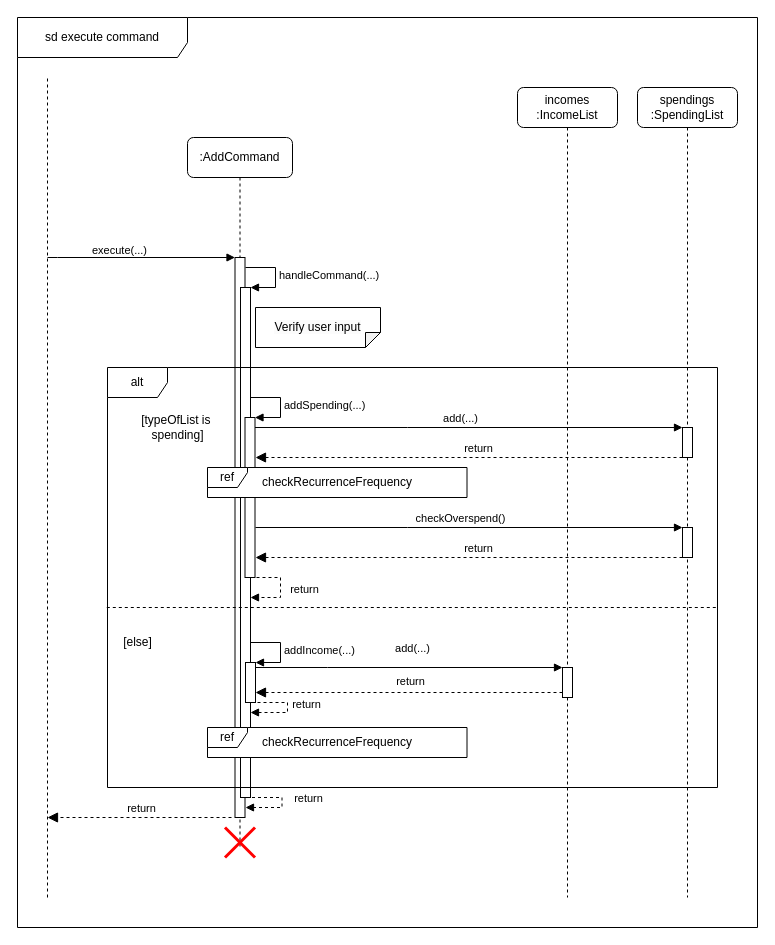
Earlier version of the draw.io diagram docs/Diagrams/Commands/addCommandSequence.drawio (wongwh2002/CS2113TeamProject). Source tidied: cells renumbered, new cells numbered last; positions are measured from the earlier drawing's top-left corner, leaving out a move shared by most shapes. Both pictures are drawn from the tidied source at 100%, with x=0, y=0 at pixel (17, 17).
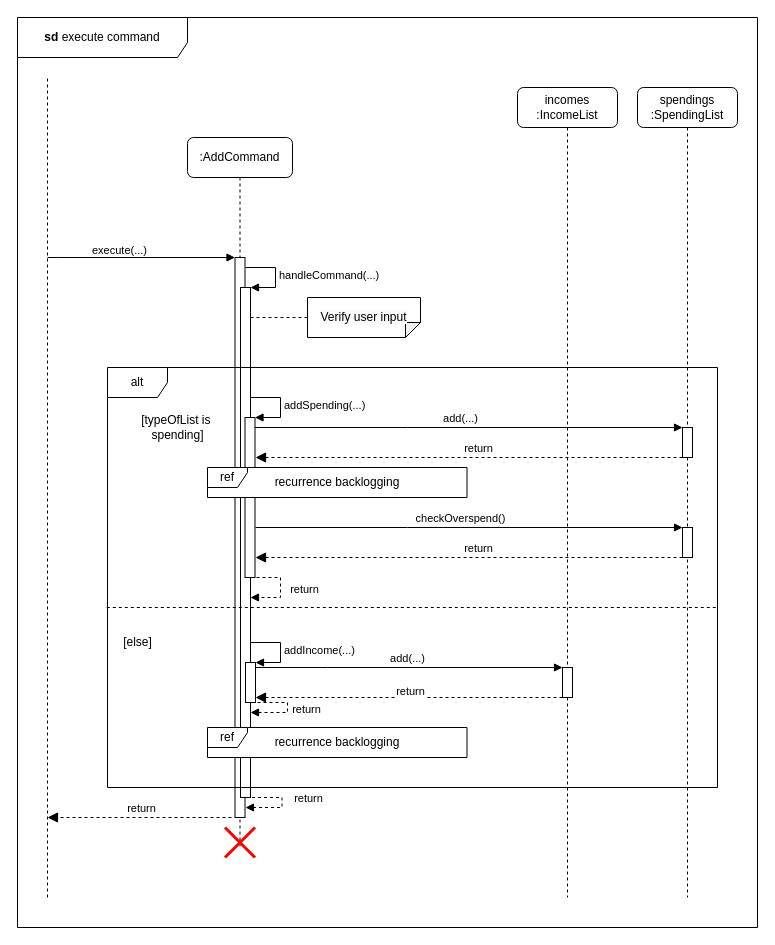
The same diagram, later.

The change refers to these unchanged cells:
```xml
<mxCell id="5" style="html=1;points=[[0,0,0,0,5],[0,1,0,0,-5],[1,0,0,0,5],[1,1,0,0,-5]];perimeter=orthogonalPerimeter;outlineConnect=0;targetShapes=umlLifeline;portConstraint=eastwest;newEdgeStyle={&quot;curved&quot;:0,&quot;rounded&quot;:0};" parent="3" vertex="1">
  <mxGeometry x="53" y="150" width="10" height="510" as="geometry" />
</mxCell>
<mxCell id="14" style="html=1;points=[[0,0,0,0,5],[0,1,0,0,-5],[1,0,0,0,5],[1,1,0,0,-5]];perimeter=orthogonalPerimeter;outlineConnect=0;targetShapes=umlLifeline;portConstraint=eastwest;newEdgeStyle={&quot;curved&quot;:0,&quot;rounded&quot;:0};" parent="13" vertex="1">
  <mxGeometry x="45" y="580" width="10" height="30" as="geometry" />
</mxCell>
<mxCell id="37" style="group;" parent="1" vertex="1">
  <mxGeometry x="190" y="450" width="259.5" height="30" as="geometry" />
</mxCell>
<mxCell id="40" style="group;" parent="1" vertex="1">
  <mxGeometry x="190" y="710" width="259.5" height="30" as="geometry" />
</mxCell>
```

The edit, as a diff of the source:
```diff
@@
-    <mxCell id="2" value="sd execute command" style="shape=umlFrame;whiteSpace=wrap;html=1;swimlaneFillColor=default;width=170;height=40;" parent="1" vertex="1">
+    <mxCell id="2" value="&lt;b&gt;sd&lt;/b&gt; execute command" style="shape=umlFrame;whiteSpace=wrap;html=1;swimlaneFillColor=default;width=170;height=40;" parent="1" vertex="1">
       <mxGeometry width="740" height="910" as="geometry" />
     </mxCell>
@@
     <mxCell id="25" value="add(...)" style="html=1;verticalAlign=bottom;endArrow=block;curved=0;rounded=0;" parent="1" edge="1" target="14">
-      <mxGeometry x="0.02" y="10" relative="1" as="geometry">
+      <mxGeometry x="-0.01" relative="1" as="geometry">
         <mxPoint x="238" y="650" as="sourcePoint" />
         <Array as="points">
           <mxPoint x="310" y="650" />
         </Array>
       </mxGeometry>
     </mxCell>
-    <mxCell id="26" style="html=1;verticalAlign=bottom;endArrow=block;dashed=1;endSize=8;curved=0;rounded=0;exitX=0;exitY=1;exitDx=0;exitDy=-5;entryX=1;entryY=1;entryDx=0;entryDy=-5;entryPerimeter=0;endFill=1;" parent="1" edge="1" source="14">
+    <mxCell id="26" style="html=1;verticalAlign=bottom;endArrow=block;dashed=1;endSize=8;curved=0;rounded=0;exitX=0;exitY=1;exitDx=0;exitDy=-5;entryX=1;entryY=1;entryDx=0;entryDy=-5;entryPerimeter=0;endFill=1;" parent="1" edge="1">
       <mxGeometry relative="1" as="geometry">
-        <mxPoint x="238" y="675" as="targetPoint" />
+        <mxPoint x="545" y="680" as="sourcePoint" />
+        <mxPoint x="238" y="680" as="targetPoint" />
       </mxGeometry>
     </mxCell>
@@
     <mxCell id="32" value="return" style="edgeLabel;html=1;align=center;verticalAlign=middle;" parent="1" vertex="1">
-      <mxGeometry x="307.5" y="685" as="geometry">
+      <mxGeometry x="307.5" y="690" as="geometry">
         <mxPoint x="-19" y="1" as="offset" />
       </mxGeometry>
     </mxCell>
     <mxCell id="33" value="return" style="edgeLabel;html=1;align=center;verticalAlign=middle;" parent="1" vertex="1">
-      <mxGeometry x="290" y="660" as="geometry">
+      <mxGeometry x="290" y="670" as="geometry">
         <mxPoint x="102" y="3" as="offset" />
       </mxGeometry>
     </mxCell>
@@
     <mxCell id="36" value="&lt;span style=&quot;color: rgb(0, 0, 0); font-family: Helvetica; font-size: 12px; font-style: normal; font-variant-ligatures: normal; font-variant-caps: normal; font-weight: 400; letter-spacing: normal; orphans: 2; text-align: center; text-indent: 0px; text-transform: none; widows: 2; word-spacing: 0px; -webkit-text-stroke-width: 0px; white-space: nowrap; background-color: rgb(251, 251, 251); text-decoration-thickness: initial; text-decoration-style: initial; text-decoration-color: initial; display: inline !important; float: none;&quot;&gt;Verify user input&lt;/span&gt;" style="shape=note;whiteSpace=wrap;html=1;backgroundOutline=1;darkOpacity=0.05;flipV=1;size=15;" parent="1" vertex="1">
-      <mxGeometry x="238" y="290" width="125" height="40" as="geometry" />
+      <mxGeometry x="290" y="280" width="113" height="40" as="geometry" />
     </mxCell>
@@
-    <mxCell id="39" value="checkRecurrenceFrequency" style="text;html=1;align=center;verticalAlign=middle;whiteSpace=wrap;rounded=0;" parent="37" vertex="1">
-      <mxGeometry x="99.8" width="60" height="30" as="geometry" />
+    <mxCell id="39" value="recurrence backlogging" style="text;html=1;align=center;verticalAlign=middle;whiteSpace=wrap;rounded=0;" parent="37" vertex="1">
+      <mxGeometry x="54.6" width="150.2" height="30" as="geometry" />
     </mxCell>
@@
-    <mxCell id="42" value="checkRecurrenceFrequency" style="text;html=1;align=center;verticalAlign=middle;whiteSpace=wrap;rounded=0;" parent="40" vertex="1">
-      <mxGeometry x="99.8" width="60" height="30" as="geometry" />
+    <mxCell id="42" value="recurrence backlogging" style="text;html=1;align=center;verticalAlign=middle;whiteSpace=wrap;rounded=0;" parent="40" vertex="1">
+      <mxGeometry x="54.6" width="150.2" height="30" as="geometry" />
     </mxCell>
@@
+    <mxCell id="48" style="endArrow=none;dashed=1;html=1;rounded=0;" parent="1" edge="1" source="5">
+      <mxGeometry relative="1" as="geometry">
+        <mxPoint x="290" y="300" as="targetPoint" />
+      </mxGeometry>
+    </mxCell>
```
